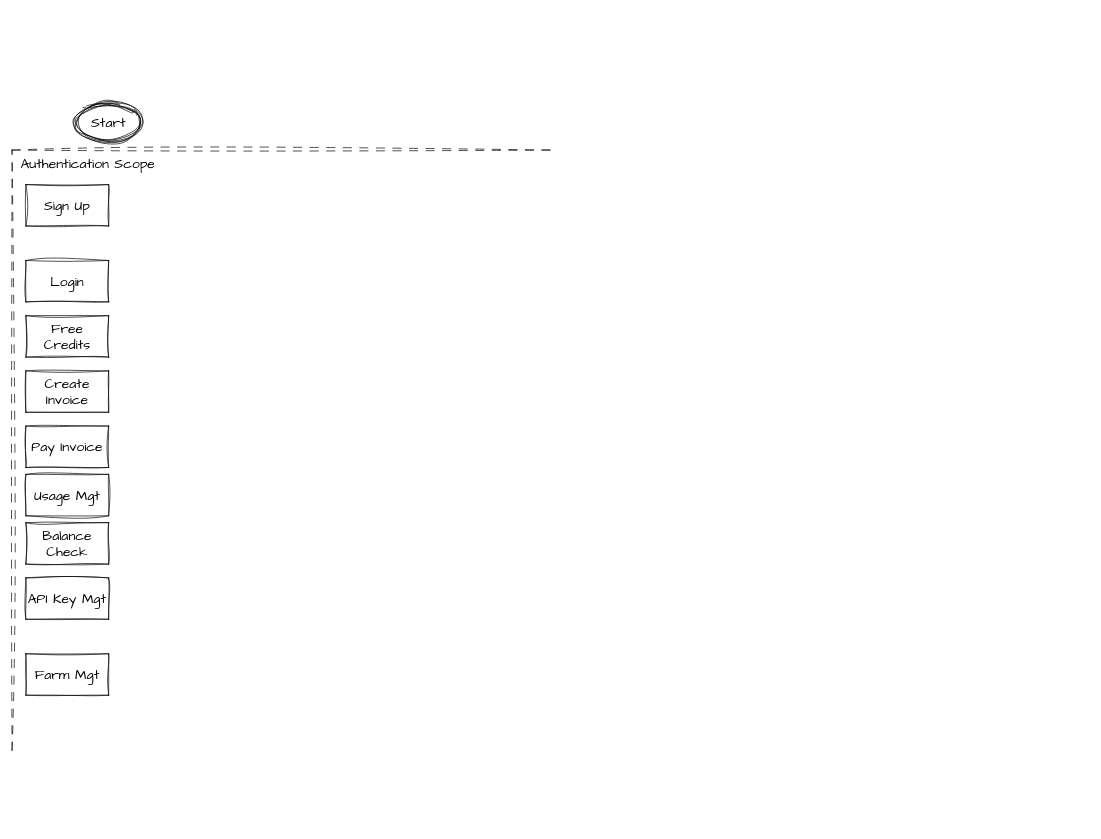
The draw.io diagram data_flow_diagram.drawio in AsifKibria/SpaceNus-API-Diagram, before the edit. Source tidied: cells renumbered, new cells numbered last; positions are measured from the earlier drawing's top-left corner, leaving out a move shared by most shapes. Both pictures are drawn from the tidied source at 69%, with x=0, y=0 at pixel (12, 101).
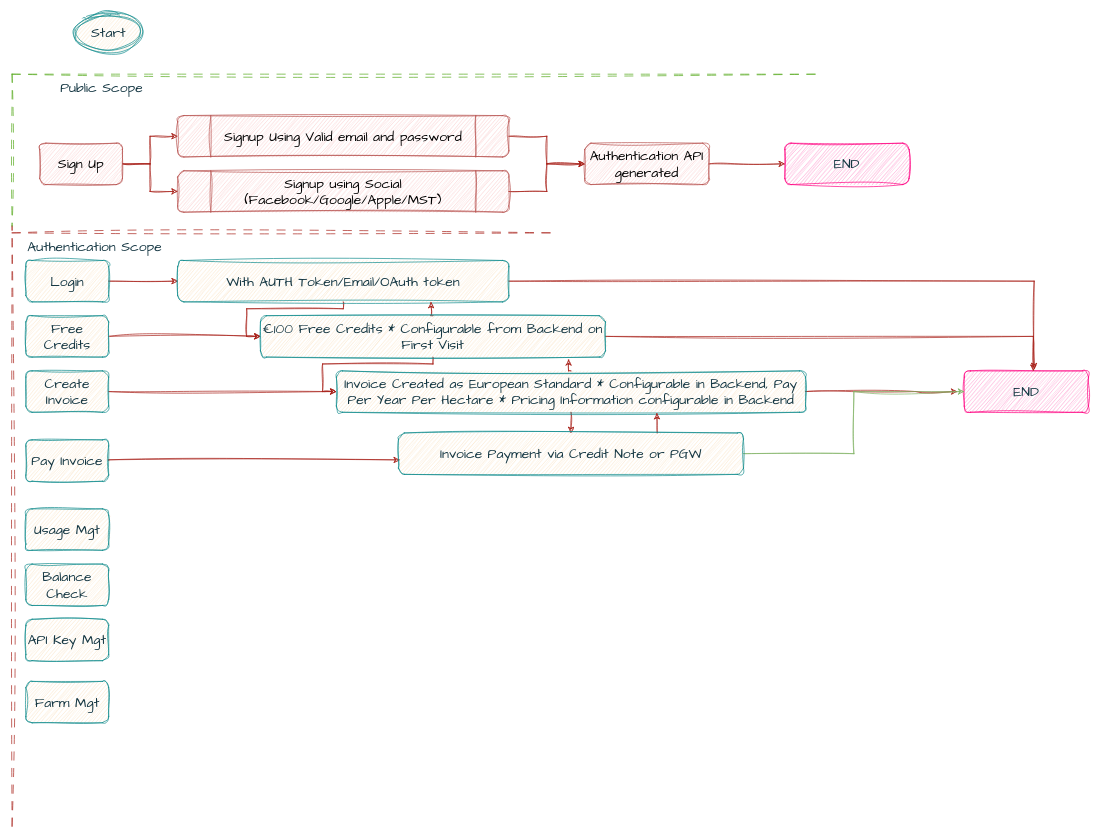
Above is the later version.

Diff of the diagram source:
```diff
@@
+    <mxCell id="17" style="edgeStyle=orthogonalEdgeStyle;rounded=0;sketch=1;hachureGap=4;jiggle=2;curveFitting=1;jettySize=auto;html=1;strokeColor=#A8201A;fontFamily=Architects Daughter;fontSize=16;fontColor=#143642;fillColor=#FAE5C7;" parent="1" edge="1" source="2" target="36">
+      <mxGeometry relative="1" as="geometry" />
+    </mxCell>
-    <mxCell id="2" value="Login" style="rounded=0;whiteSpace=wrap;html=1;sketch=1;hachureGap=4;jiggle=2;curveFitting=1;fontFamily=Architects Daughter;fontSize=20;" parent="1" vertex="1">
+    <mxCell id="2" value="Login" style="rounded=1;whiteSpace=wrap;html=1;hachureGap=4;fontFamily=Architects Daughter;fontSize=20;sketch=1;curveFitting=1;jiggle=2;labelBackgroundColor=none;fillColor=#FAE5C7;strokeColor=#0F8B8D;fontColor=#143642;" parent="1" vertex="1">
       <mxGeometry x="20" y="230" width="120" height="60" as="geometry" />
     </mxCell>
+    <mxCell id="18" style="edgeStyle=orthogonalEdgeStyle;rounded=0;sketch=1;hachureGap=4;jiggle=2;curveFitting=1;jettySize=auto;html=1;exitX=1;exitY=0.5;exitDx=0;exitDy=0;strokeColor=#A8201A;fontFamily=Architects Daughter;fontSize=16;fontColor=#143642;fillColor=#FAE5C7;" parent="1" edge="1" source="3" target="41">
+      <mxGeometry relative="1" as="geometry" />
+    </mxCell>
-    <mxCell id="3" value="Free Credits" style="rounded=0;whiteSpace=wrap;html=1;sketch=1;hachureGap=4;jiggle=2;curveFitting=1;fontFamily=Architects Daughter;fontSize=20;" parent="1" vertex="1">
+    <mxCell id="3" value="Free Credits" style="rounded=1;whiteSpace=wrap;html=1;hachureGap=4;fontFamily=Architects Daughter;fontSize=20;sketch=1;curveFitting=1;jiggle=2;labelBackgroundColor=none;fillColor=#FAE5C7;strokeColor=#0F8B8D;fontColor=#143642;" parent="1" vertex="1">
       <mxGeometry x="20" y="310" width="120" height="60" as="geometry" />
     </mxCell>
+    <mxCell id="19" style="edgeStyle=orthogonalEdgeStyle;rounded=0;sketch=1;hachureGap=4;jiggle=2;curveFitting=1;jettySize=auto;html=1;exitX=1;exitY=0.5;exitDx=0;exitDy=0;entryX=0;entryY=0.5;entryDx=0;entryDy=0;strokeColor=#A8201A;fontFamily=Architects Daughter;fontSize=16;fontColor=#143642;fillColor=#FAE5C7;" parent="1" edge="1" source="4" target="45">
+      <mxGeometry relative="1" as="geometry" />
+    </mxCell>
-    <mxCell id="4" value="Create Invoice" style="rounded=0;whiteSpace=wrap;html=1;sketch=1;hachureGap=4;jiggle=2;curveFitting=1;fontFamily=Architects Daughter;fontSize=20;" parent="1" vertex="1">
+    <mxCell id="4" value="Create Invoice" style="rounded=1;whiteSpace=wrap;html=1;hachureGap=4;fontFamily=Architects Daughter;fontSize=20;sketch=1;curveFitting=1;jiggle=2;labelBackgroundColor=none;fillColor=#FAE5C7;strokeColor=#0F8B8D;fontColor=#143642;" parent="1" vertex="1">
       <mxGeometry x="20" y="390" width="120" height="60" as="geometry" />
     </mxCell>
+    <mxCell id="20" style="edgeStyle=orthogonalEdgeStyle;rounded=0;sketch=1;hachureGap=4;jiggle=2;curveFitting=1;jettySize=auto;html=1;exitX=1;exitY=0.5;exitDx=0;exitDy=0;entryX=0.004;entryY=0.649;entryDx=0;entryDy=0;entryPerimeter=0;strokeColor=#A8201A;fontFamily=Architects Daughter;fontSize=16;fontColor=#143642;fillColor=#FAE5C7;" parent="1" edge="1" source="5" target="48">
+      <mxGeometry relative="1" as="geometry">
+        <Array as="points">
+          <mxPoint x="140" y="519" />
+        </Array>
+      </mxGeometry>
+    </mxCell>
-    <mxCell id="5" value="Pay Invoice" style="rounded=0;whiteSpace=wrap;html=1;sketch=1;hachureGap=4;jiggle=2;curveFitting=1;fontFamily=Architects Daughter;fontSize=20;" parent="1" vertex="1">
-      <mxGeometry x="20" y="470" width="120" height="60" as="geometry" />
+    <mxCell id="5" value="Pay Invoice" style="rounded=1;whiteSpace=wrap;html=1;hachureGap=4;fontFamily=Architects Daughter;fontSize=20;sketch=1;curveFitting=1;jiggle=2;labelBackgroundColor=none;fillColor=#FAE5C7;strokeColor=#0F8B8D;fontColor=#143642;" parent="1" vertex="1">
+      <mxGeometry x="20" y="490" width="120" height="60" as="geometry" />
     </mxCell>
-    <mxCell id="6" value="Balance Check" style="rounded=0;whiteSpace=wrap;html=1;sketch=1;hachureGap=4;jiggle=2;curveFitting=1;fontFamily=Architects Daughter;fontSize=20;" parent="1" vertex="1">
-      <mxGeometry x="20" y="610" width="120" height="60" as="geometry" />
+    <mxCell id="6" value="Balance Check" style="rounded=1;whiteSpace=wrap;html=1;hachureGap=4;fontFamily=Architects Daughter;fontSize=20;sketch=1;curveFitting=1;jiggle=2;labelBackgroundColor=none;fillColor=#FAE5C7;strokeColor=#0F8B8D;fontColor=#143642;" parent="1" vertex="1">
+      <mxGeometry x="20" y="670" width="120" height="60" as="geometry" />
     </mxCell>
-    <mxCell id="7" value="API Key Mgt" style="rounded=0;whiteSpace=wrap;html=1;sketch=1;hachureGap=4;jiggle=2;curveFitting=1;fontFamily=Architects Daughter;fontSize=20;" parent="1" vertex="1">
-      <mxGeometry x="20" y="690" width="120" height="60" as="geometry" />
+    <mxCell id="7" value="API Key Mgt" style="rounded=1;whiteSpace=wrap;html=1;hachureGap=4;fontFamily=Architects Daughter;fontSize=20;sketch=1;curveFitting=1;jiggle=2;labelBackgroundColor=none;fillColor=#FAE5C7;strokeColor=#0F8B8D;fontColor=#143642;" parent="1" vertex="1">
+      <mxGeometry x="20" y="750" width="120" height="60" as="geometry" />
     </mxCell>
-    <mxCell id="8" value="Farm Mgt" style="rounded=0;whiteSpace=wrap;html=1;sketch=1;hachureGap=4;jiggle=2;curveFitting=1;fontFamily=Architects Daughter;fontSize=20;" parent="1" vertex="1">
-      <mxGeometry x="20" y="800" width="120" height="60" as="geometry" />
+    <mxCell id="8" value="Farm Mgt" style="rounded=1;whiteSpace=wrap;html=1;hachureGap=4;fontFamily=Architects Daughter;fontSize=20;sketch=1;curveFitting=1;jiggle=2;labelBackgroundColor=none;fillColor=#FAE5C7;strokeColor=#0F8B8D;fontColor=#143642;" parent="1" vertex="1">
+      <mxGeometry x="20" y="840" width="120" height="60" as="geometry" />
     </mxCell>
-    <mxCell id="9" value="Usage Mgt" style="rounded=0;whiteSpace=wrap;html=1;sketch=1;hachureGap=4;jiggle=2;curveFitting=1;fontFamily=Architects Daughter;fontSize=20;" parent="1" vertex="1">
-      <mxGeometry x="20" y="540" width="120" height="60" as="geometry" />
+    <mxCell id="9" value="Usage Mgt" style="rounded=1;whiteSpace=wrap;html=1;hachureGap=4;fontFamily=Architects Daughter;fontSize=20;sketch=1;curveFitting=1;jiggle=2;labelBackgroundColor=none;fillColor=#FAE5C7;strokeColor=#0F8B8D;fontColor=#143642;" parent="1" vertex="1">
+      <mxGeometry x="20" y="590" width="120" height="60" as="geometry" />
     </mxCell>
-    <mxCell id="10" value="Start" style="ellipse;shape=doubleEllipse;whiteSpace=wrap;html=1;sketch=1;hachureGap=4;jiggle=2;curveFitting=1;fontFamily=Architects Daughter;fontSize=20;" parent="1" vertex="1">
-      <mxGeometry x="90" width="100" height="60" as="geometry" />
+    <mxCell id="10" value="Start" style="ellipse;shape=doubleEllipse;whiteSpace=wrap;html=1;hachureGap=4;fontFamily=Architects Daughter;fontSize=20;sketch=1;curveFitting=1;jiggle=2;rounded=1;labelBackgroundColor=none;fillColor=#FAE5C7;strokeColor=#0F8B8D;fontColor=#143642;" parent="1" vertex="1">
+      <mxGeometry x="90" y="-130" width="100" height="60" as="geometry" />
     </mxCell>
-    <mxCell id="11" style="endArrow=none;html=1;rounded=0;sketch=1;hachureGap=4;jiggle=2;curveFitting=1;fontFamily=Architects Daughter;fontSize=16;dashed=1;dashPattern=12 12;" parent="1" edge="1">
+    <mxCell id="11" style="endArrow=none;html=1;rounded=1;hachureGap=4;fontFamily=Architects Daughter;fontSize=16;dashed=1;dashPattern=12 12;sketch=1;curveFitting=1;jiggle=2;labelBackgroundColor=none;strokeColor=#A8201A;fontColor=default;" parent="1" edge="1">
       <mxGeometry relative="1" as="geometry">
-        <mxPoint y="940" as="sourcePoint" />
-        <mxPoint y="70" as="targetPoint" />
+        <mxPoint y="1050" as="sourcePoint" />
+        <mxPoint y="180" as="targetPoint" />
       </mxGeometry>
     </mxCell>
-    <mxCell id="12" style="endArrow=none;html=1;rounded=0;sketch=1;hachureGap=4;jiggle=2;curveFitting=1;fontFamily=Architects Daughter;fontSize=16;dashed=1;jumpSize=3;strokeColor=none;" parent="1" edge="1" source="16">
-      <mxGeometry relative="1" as="geometry">
-        <mxPoint x="790" y="160" as="targetPoint" />
-      </mxGeometry>
-    </mxCell>
-    <mxCell id="13" style="endArrow=none;html=1;rounded=0;sketch=1;hachureGap=4;jiggle=2;curveFitting=1;fontFamily=Architects Daughter;fontSize=16;dashed=1;dashPattern=12 12;" parent="1" edge="1">
+    <mxCell id="13" style="endArrow=none;html=1;rounded=1;hachureGap=4;fontFamily=Architects Daughter;fontSize=16;dashed=1;dashPattern=12 12;sketch=1;curveFitting=1;jiggle=2;labelBackgroundColor=none;strokeColor=#A8201A;fontColor=default;" parent="1" edge="1">
       <mxGeometry relative="1" as="geometry">
-        <mxPoint y="70" as="sourcePoint" />
-        <mxPoint x="790" y="70" as="targetPoint" />
+        <mxPoint y="190" as="sourcePoint" />
+        <mxPoint x="790" y="190" as="targetPoint" />
       </mxGeometry>
     </mxCell>
-    <mxCell id="14" value="Authentication Scope" style="text;html=1;strokeColor=none;fillColor=none;align=center;verticalAlign=middle;whiteSpace=wrap;rounded=0;fontSize=20;fontFamily=Architects Daughter;" parent="1" vertex="1">
-      <mxGeometry y="80" width="220" height="20" as="geometry" />
+    <mxCell id="14" value="Authentication Scope" style="text;html=1;strokeColor=none;fillColor=none;align=center;verticalAlign=middle;whiteSpace=wrap;rounded=1;fontSize=20;fontFamily=Architects Daughter;sketch=1;curveFitting=1;jiggle=2;labelBackgroundColor=none;fontColor=#143642;" parent="1" vertex="1">
+      <mxGeometry x="10" y="200" width="220" height="20" as="geometry" />
     </mxCell>
-    <mxCell id="15" style="endArrow=none;html=1;rounded=0;sketch=1;hachureGap=4;jiggle=2;curveFitting=1;fontFamily=Architects Daughter;fontSize=16;dashed=1;jumpSize=3;strokeColor=none;" parent="1" edge="1" target="16">
+    <mxCell id="15" style="endArrow=none;html=1;rounded=1;hachureGap=4;fontFamily=Architects Daughter;fontSize=16;dashed=1;jumpSize=3;strokeColor=none;sketch=1;curveFitting=1;jiggle=2;labelBackgroundColor=none;fontColor=default;" parent="1" edge="1" target="16">
       <mxGeometry relative="1" as="geometry">
         <mxPoint y="160" as="sourcePoint" />
       </mxGeometry>
     </mxCell>
+    <mxCell id="21" style="edgeStyle=orthogonalEdgeStyle;rounded=0;sketch=1;hachureGap=4;jiggle=2;curveFitting=1;jettySize=auto;html=1;entryX=0;entryY=0.5;entryDx=0;entryDy=0;strokeColor=#A8201A;fontFamily=Architects Daughter;fontSize=16;fontColor=#143642;fillColor=#FAE5C7;" parent="1" edge="1" source="16" target="25">
+      <mxGeometry relative="1" as="geometry" />
+    </mxCell>
+    <mxCell id="22" style="edgeStyle=orthogonalEdgeStyle;rounded=0;sketch=1;hachureGap=4;jiggle=2;curveFitting=1;jettySize=auto;html=1;entryX=0;entryY=0.5;entryDx=0;entryDy=0;strokeColor=#A8201A;fontFamily=Architects Daughter;fontSize=16;fontColor=#143642;fillColor=#FAE5C7;" parent="1" edge="1" source="16" target="27">
+      <mxGeometry relative="1" as="geometry" />
+    </mxCell>
-    <mxCell id="16" value="Sign Up" style="rounded=0;whiteSpace=wrap;html=1;sketch=1;hachureGap=4;jiggle=2;curveFitting=1;fontFamily=Architects Daughter;fontSize=20;" parent="1" vertex="1">
-      <mxGeometry x="20" y="120" width="120" height="60" as="geometry" />
+    <mxCell id="16" value="Sign Up" style="rounded=1;whiteSpace=wrap;html=1;hachureGap=4;fontFamily=Architects Daughter;fontSize=20;sketch=1;curveFitting=1;jiggle=2;fillColor=#f8cecc;strokeColor=#b85450;labelBackgroundColor=none;" parent="1" vertex="1">
+      <mxGeometry x="40" y="60" width="120" height="60" as="geometry" />
     </mxCell>
+    <mxCell id="23" style="endArrow=none;html=1;rounded=1;hachureGap=4;fontFamily=Architects Daughter;fontSize=16;dashed=1;jumpSize=3;strokeColor=none;sketch=1;curveFitting=1;jiggle=2;labelBackgroundColor=none;fontColor=default;" parent="1" edge="1" source="16" target="25">
+      <mxGeometry relative="1" as="geometry" />
+    </mxCell>
+    <mxCell id="24" style="edgeStyle=orthogonalEdgeStyle;rounded=0;sketch=1;hachureGap=4;jiggle=2;curveFitting=1;jettySize=auto;html=1;strokeColor=#A8201A;fontFamily=Architects Daughter;fontSize=16;fontColor=#143642;fillColor=#FAE5C7;" parent="1" edge="1" source="25" target="29">
+      <mxGeometry relative="1" as="geometry" />
+    </mxCell>
+    <mxCell id="25" value="Signup Using Valid email and password" style="shape=process;whiteSpace=wrap;html=1;backgroundOutline=1;hachureGap=4;fontFamily=Architects Daughter;fontSize=20;sketch=1;curveFitting=1;jiggle=2;fillColor=#f8cecc;strokeColor=#b85450;rounded=1;labelBackgroundColor=none;" parent="1" vertex="1">
+      <mxGeometry x="240" y="20" width="480" height="60" as="geometry" />
+    </mxCell>
+    <mxCell id="26" style="edgeStyle=orthogonalEdgeStyle;rounded=0;sketch=1;hachureGap=4;jiggle=2;curveFitting=1;jettySize=auto;html=1;strokeColor=#A8201A;fontFamily=Architects Daughter;fontSize=16;fontColor=#143642;fillColor=#FAE5C7;entryX=0;entryY=0.5;entryDx=0;entryDy=0;" parent="1" edge="1" source="27" target="29">
+      <mxGeometry relative="1" as="geometry" />
+    </mxCell>
+    <mxCell id="27" value="Signup using Social (Facebook/Google/Apple/MST)" style="shape=process;whiteSpace=wrap;html=1;backgroundOutline=1;hachureGap=4;fontFamily=Architects Daughter;fontSize=20;sketch=1;curveFitting=1;jiggle=2;fillColor=#f8cecc;strokeColor=#b85450;rounded=1;labelBackgroundColor=none;" parent="1" vertex="1">
+      <mxGeometry x="240" y="100" width="480" height="60" as="geometry" />
+    </mxCell>
+    <mxCell id="28" style="edgeStyle=orthogonalEdgeStyle;rounded=0;sketch=1;hachureGap=4;jiggle=2;curveFitting=1;jettySize=auto;html=1;strokeColor=#A8201A;fontFamily=Architects Daughter;fontSize=16;fontColor=#143642;fillColor=#FAE5C7;" parent="1" edge="1" source="29" target="33">
+      <mxGeometry relative="1" as="geometry" />
+    </mxCell>
+    <mxCell id="29" value="Authentication API generated" style="whiteSpace=wrap;html=1;fontSize=20;fontFamily=Architects Daughter;fillColor=#f8cecc;strokeColor=#b85450;hachureGap=4;sketch=1;curveFitting=1;jiggle=2;rounded=1;labelBackgroundColor=none;" parent="1" vertex="1">
+      <mxGeometry x="830" y="60" width="180" height="60" as="geometry" />
+    </mxCell>
+    <mxCell id="30" style="endArrow=none;html=1;rounded=1;hachureGap=4;fontFamily=Architects Daughter;fontSize=16;dashed=1;dashPattern=12 12;sketch=1;curveFitting=1;jiggle=2;labelBackgroundColor=none;strokeColor=#53a81a;fontColor=default;" parent="1" edge="1">
+      <mxGeometry relative="1" as="geometry">
+        <mxPoint y="-40" as="sourcePoint" />
+        <mxPoint x="1170" y="-40" as="targetPoint" />
+      </mxGeometry>
+    </mxCell>
+    <mxCell id="31" style="endArrow=none;html=1;rounded=1;hachureGap=4;fontFamily=Architects Daughter;fontSize=16;dashed=1;dashPattern=12 12;sketch=1;curveFitting=1;jiggle=2;labelBackgroundColor=none;strokeColor=#53a81a;fontColor=default;" parent="1" edge="1">
+      <mxGeometry relative="1" as="geometry">
+        <mxPoint y="-40" as="sourcePoint" />
+        <mxPoint y="180" as="targetPoint" />
+      </mxGeometry>
+    </mxCell>
+    <mxCell id="32" value="Public Scope" style="text;html=1;strokeColor=none;fillColor=none;align=center;verticalAlign=middle;whiteSpace=wrap;rounded=1;fontSize=20;fontFamily=Architects Daughter;sketch=1;curveFitting=1;jiggle=2;labelBackgroundColor=none;fontColor=#143642;" parent="1" vertex="1">
+      <mxGeometry x="20" y="-30" width="220" height="20" as="geometry" />
+    </mxCell>
+    <mxCell id="33" value="END" style="whiteSpace=wrap;html=1;fontSize=20;fontFamily=Architects Daughter;fillColor=#FF99CC;strokeColor=#FF0080;fontColor=#143642;hachureGap=4;sketch=1;curveFitting=1;jiggle=2;rounded=1;labelBackgroundColor=none;" parent="1" vertex="1">
+      <mxGeometry x="1120" y="60" width="180" height="60" as="geometry" />
+    </mxCell>
+    <mxCell id="34" style="edgeStyle=orthogonalEdgeStyle;rounded=0;sketch=1;hachureGap=4;jiggle=2;curveFitting=1;jettySize=auto;html=1;exitX=0.5;exitY=1;exitDx=0;exitDy=0;entryX=0;entryY=0.5;entryDx=0;entryDy=0;strokeColor=#A8201A;fontFamily=Architects Daughter;fontSize=16;fontColor=#143642;fillColor=#FAE5C7;" parent="1" edge="1" source="36" target="41">
+      <mxGeometry relative="1" as="geometry">
+        <Array as="points">
+          <mxPoint x="480" y="300" />
+          <mxPoint x="340" y="300" />
+          <mxPoint x="340" y="340" />
+        </Array>
+      </mxGeometry>
+    </mxCell>
+    <mxCell id="35" style="edgeStyle=orthogonalEdgeStyle;rounded=0;sketch=1;hachureGap=4;jiggle=2;curveFitting=1;jettySize=auto;html=1;exitX=1;exitY=0.5;exitDx=0;exitDy=0;entryX=0.563;entryY=-0.045;entryDx=0;entryDy=0;entryPerimeter=0;strokeColor=#A8201A;fontFamily=Architects Daughter;fontSize=16;fontColor=#143642;fillColor=#FAE5C7;" parent="1" edge="1" source="36" target="37">
+      <mxGeometry relative="1" as="geometry" />
+    </mxCell>
+    <mxCell id="36" value="With AUTH Token/Email/OAuth token" style="whiteSpace=wrap;html=1;fontSize=20;fontFamily=Architects Daughter;fillColor=#FAE5C7;strokeColor=#0F8B8D;fontColor=#143642;rounded=1;hachureGap=4;sketch=1;curveFitting=1;jiggle=2;labelBackgroundColor=none;" parent="1" vertex="1">
+      <mxGeometry x="240" y="230" width="480" height="60" as="geometry" />
+    </mxCell>
+    <mxCell id="37" value="END" style="whiteSpace=wrap;html=1;fontSize=20;fontFamily=Architects Daughter;fillColor=#FF99CC;strokeColor=#FF0080;fontColor=#143642;hachureGap=4;sketch=1;curveFitting=1;jiggle=2;rounded=1;labelBackgroundColor=none;" parent="1" vertex="1">
+      <mxGeometry x="1380" y="390" width="180" height="60" as="geometry" />
+    </mxCell>
+    <mxCell id="38" style="edgeStyle=orthogonalEdgeStyle;rounded=0;sketch=1;hachureGap=4;jiggle=2;curveFitting=1;jettySize=auto;html=1;exitX=0.5;exitY=1;exitDx=0;exitDy=0;entryX=0;entryY=0.5;entryDx=0;entryDy=0;strokeColor=#A8201A;fontFamily=Architects Daughter;fontSize=16;fontColor=#143642;fillColor=#FAE5C7;" parent="1" edge="1" source="41" target="45">
+      <mxGeometry relative="1" as="geometry">
+        <Array as="points">
+          <mxPoint x="610" y="380" />
+          <mxPoint x="450" y="380" />
+          <mxPoint x="450" y="420" />
+        </Array>
+      </mxGeometry>
+    </mxCell>
+    <mxCell id="39" style="edgeStyle=orthogonalEdgeStyle;rounded=0;sketch=1;hachureGap=4;jiggle=2;curveFitting=1;jettySize=auto;html=1;exitX=0.5;exitY=0;exitDx=0;exitDy=0;entryX=0.765;entryY=1.005;entryDx=0;entryDy=0;entryPerimeter=0;strokeColor=#A8201A;fontFamily=Architects Daughter;fontSize=16;fontColor=#143642;fillColor=#FAE5C7;" parent="1" edge="1" source="41" target="36">
+      <mxGeometry relative="1" as="geometry" />
+    </mxCell>
+    <mxCell id="40" style="edgeStyle=orthogonalEdgeStyle;rounded=0;sketch=1;hachureGap=4;jiggle=2;curveFitting=1;jettySize=auto;html=1;exitX=1;exitY=0.5;exitDx=0;exitDy=0;entryX=0.556;entryY=0;entryDx=0;entryDy=0;entryPerimeter=0;strokeColor=#A8201A;fontFamily=Architects Daughter;fontSize=16;fontColor=#143642;fillColor=#FAE5C7;" parent="1" edge="1" source="41" target="37">
+      <mxGeometry relative="1" as="geometry" />
+    </mxCell>
+    <mxCell id="41" value="€100 Free Credits * Configurable from Backend on First Visit" style="whiteSpace=wrap;html=1;fontSize=20;fontFamily=Architects Daughter;fillColor=#FAE5C7;strokeColor=#0F8B8D;fontColor=#143642;rounded=1;hachureGap=4;sketch=1;curveFitting=1;jiggle=2;labelBackgroundColor=none;" parent="1" vertex="1">
+      <mxGeometry x="360" y="310" width="500" height="60" as="geometry" />
+    </mxCell>
+    <mxCell id="42" style="edgeStyle=orthogonalEdgeStyle;rounded=0;sketch=1;hachureGap=4;jiggle=2;curveFitting=1;jettySize=auto;html=1;exitX=0.5;exitY=1;exitDx=0;exitDy=0;entryX=0.5;entryY=0;entryDx=0;entryDy=0;strokeColor=#A8201A;fontFamily=Architects Daughter;fontSize=16;fontColor=#143642;fillColor=#FAE5C7;" parent="1" edge="1" source="45" target="48">
+      <mxGeometry relative="1" as="geometry" />
+    </mxCell>
+    <mxCell id="43" style="edgeStyle=orthogonalEdgeStyle;rounded=0;sketch=1;hachureGap=4;jiggle=2;curveFitting=1;jettySize=auto;html=1;exitX=0.5;exitY=0;exitDx=0;exitDy=0;entryX=0.893;entryY=1.055;entryDx=0;entryDy=0;entryPerimeter=0;strokeColor=#A8201A;fontFamily=Architects Daughter;fontSize=16;fontColor=#143642;fillColor=#FAE5C7;" parent="1" edge="1" source="45" target="41">
+      <mxGeometry relative="1" as="geometry" />
+    </mxCell>
+    <mxCell id="44" style="edgeStyle=orthogonalEdgeStyle;rounded=0;sketch=1;hachureGap=4;jiggle=2;curveFitting=1;jettySize=auto;html=1;exitX=1;exitY=0.5;exitDx=0;exitDy=0;strokeColor=#A8201A;fontFamily=Architects Daughter;fontSize=16;fontColor=#143642;fillColor=#FAE5C7;" parent="1" edge="1" source="45">
+      <mxGeometry relative="1" as="geometry">
+        <mxPoint x="1370" y="420" as="targetPoint" />
+        <Array as="points">
+          <mxPoint x="1310" y="420" />
+          <mxPoint x="1310" y="420" />
+        </Array>
+      </mxGeometry>
+    </mxCell>
+    <mxCell id="45" value="Invoice Created as European Standard * Configurable in Backend, Pay Per Year Per Hectare * Pricing Information configurable in Backend" style="whiteSpace=wrap;html=1;fontSize=20;fontFamily=Architects Daughter;fillColor=#FAE5C7;strokeColor=#0F8B8D;fontColor=#143642;rounded=1;hachureGap=4;sketch=1;curveFitting=1;jiggle=2;labelBackgroundColor=none;" parent="1" vertex="1">
+      <mxGeometry x="470" y="390" width="680" height="60" as="geometry" />
+    </mxCell>
+    <mxCell id="46" style="edgeStyle=orthogonalEdgeStyle;rounded=0;sketch=1;hachureGap=4;jiggle=2;curveFitting=1;jettySize=auto;html=1;exitX=0.75;exitY=0;exitDx=0;exitDy=0;entryX=0.683;entryY=1.022;entryDx=0;entryDy=0;entryPerimeter=0;strokeColor=#A8201A;fontFamily=Architects Daughter;fontSize=16;fontColor=#143642;fillColor=#FAE5C7;" parent="1" edge="1" source="48" target="45">
+      <mxGeometry relative="1" as="geometry" />
+    </mxCell>
+    <mxCell id="47" style="edgeStyle=orthogonalEdgeStyle;rounded=0;sketch=1;hachureGap=4;jiggle=2;curveFitting=1;jettySize=auto;html=1;exitX=1;exitY=0.5;exitDx=0;exitDy=0;entryX=0;entryY=0.5;entryDx=0;entryDy=0;strokeColor=#82b366;fontFamily=Architects Daughter;fontSize=16;fontColor=#143642;fillColor=#d5e8d4;" parent="1" edge="1" source="48" target="37">
+      <mxGeometry relative="1" as="geometry" />
+    </mxCell>
+    <mxCell id="48" value="Invoice Payment via Credit Note or PGW" style="whiteSpace=wrap;html=1;fontSize=20;fontFamily=Architects Daughter;fillColor=#FAE5C7;strokeColor=#0F8B8D;fontColor=#143642;rounded=1;hachureGap=4;sketch=1;curveFitting=1;jiggle=2;labelBackgroundColor=none;" parent="1" vertex="1">
+      <mxGeometry x="560" y="480" width="500" height="60" as="geometry" />
+    </mxCell>
```
